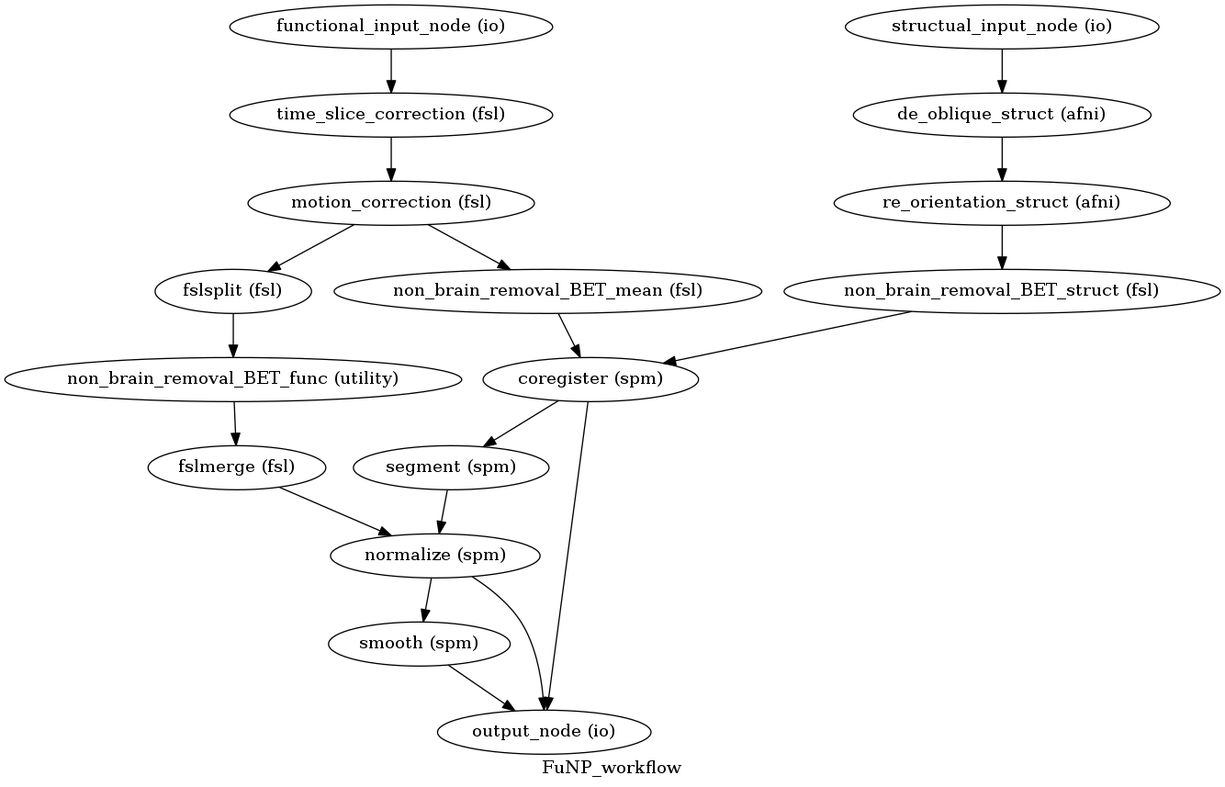
This is pipelines/FuNP/graph.png from yunfeiluo/fMRI_DTI_processing_pipelines, a Graphviz export, as it was before one commit. Its source is kept beside it as pipelines/FuNP/graph.dot. Its diagram source:
```dot
digraph FuNP_workflow{
  label="FuNP_workflow";
  FuNP_workflow_functional_input_node[label="functional_input_node (io)"];
  FuNP_workflow_time_slice_correction[label="time_slice_correction (fsl)"];
  FuNP_workflow_motion_correction[label="motion_correction (fsl)"];
  FuNP_workflow_fslsplit[label="fslsplit (fsl)"];
  FuNP_workflow_non_brain_removal_BET_func[label="non_brain_removal_BET_func (utility)"];
  FuNP_workflow_fslmerge[label="fslmerge (fsl)"];
  FuNP_workflow_non_brain_removal_BET_mean[label="non_brain_removal_BET_mean (fsl)"];
  FuNP_workflow_structual_input_node[label="structual_input_node (io)"];
  FuNP_workflow_de_oblique_struct[label="de_oblique_struct (afni)"];
  FuNP_workflow_re_orientation_struct[label="re_orientation_struct (afni)"];
  FuNP_workflow_non_brain_removal_BET_struct[label="non_brain_removal_BET_struct (fsl)"];
  FuNP_workflow_coregister[label="coregister (spm)"];
  FuNP_workflow_segment[label="segment (spm)"];
  FuNP_workflow_normalize[label="normalize (spm)"];
  FuNP_workflow_smooth[label="smooth (spm)"];
  FuNP_workflow_output_node[label="output_node (io)"];
  FuNP_workflow_functional_input_node -> FuNP_workflow_time_slice_correction;
  FuNP_workflow_time_slice_correction -> FuNP_workflow_motion_correction;
  FuNP_workflow_motion_correction -> FuNP_workflow_non_brain_removal_BET_mean;
  FuNP_workflow_motion_correction -> FuNP_workflow_fslsplit;
  FuNP_workflow_fslsplit -> FuNP_workflow_non_brain_removal_BET_func;
  FuNP_workflow_non_brain_removal_BET_func -> FuNP_workflow_fslmerge;
  FuNP_workflow_fslmerge -> FuNP_workflow_normalize;
  FuNP_workflow_non_brain_removal_BET_mean -> FuNP_workflow_coregister;
  FuNP_workflow_structual_input_node -> FuNP_workflow_de_oblique_struct;
  FuNP_workflow_de_oblique_struct -> FuNP_workflow_re_orientation_struct;
  FuNP_workflow_re_orientation_struct -> FuNP_workflow_non_brain_removal_BET_struct;
  FuNP_workflow_non_brain_removal_BET_struct -> FuNP_workflow_coregister;
  FuNP_workflow_coregister -> FuNP_workflow_segment;
  FuNP_workflow_coregister -> FuNP_workflow_output_node;
  FuNP_workflow_segment -> FuNP_workflow_normalize;
  FuNP_workflow_normalize -> FuNP_workflow_smooth;
  FuNP_workflow_normalize -> FuNP_workflow_output_node;
  FuNP_workflow_smooth -> FuNP_workflow_output_node;
}
```
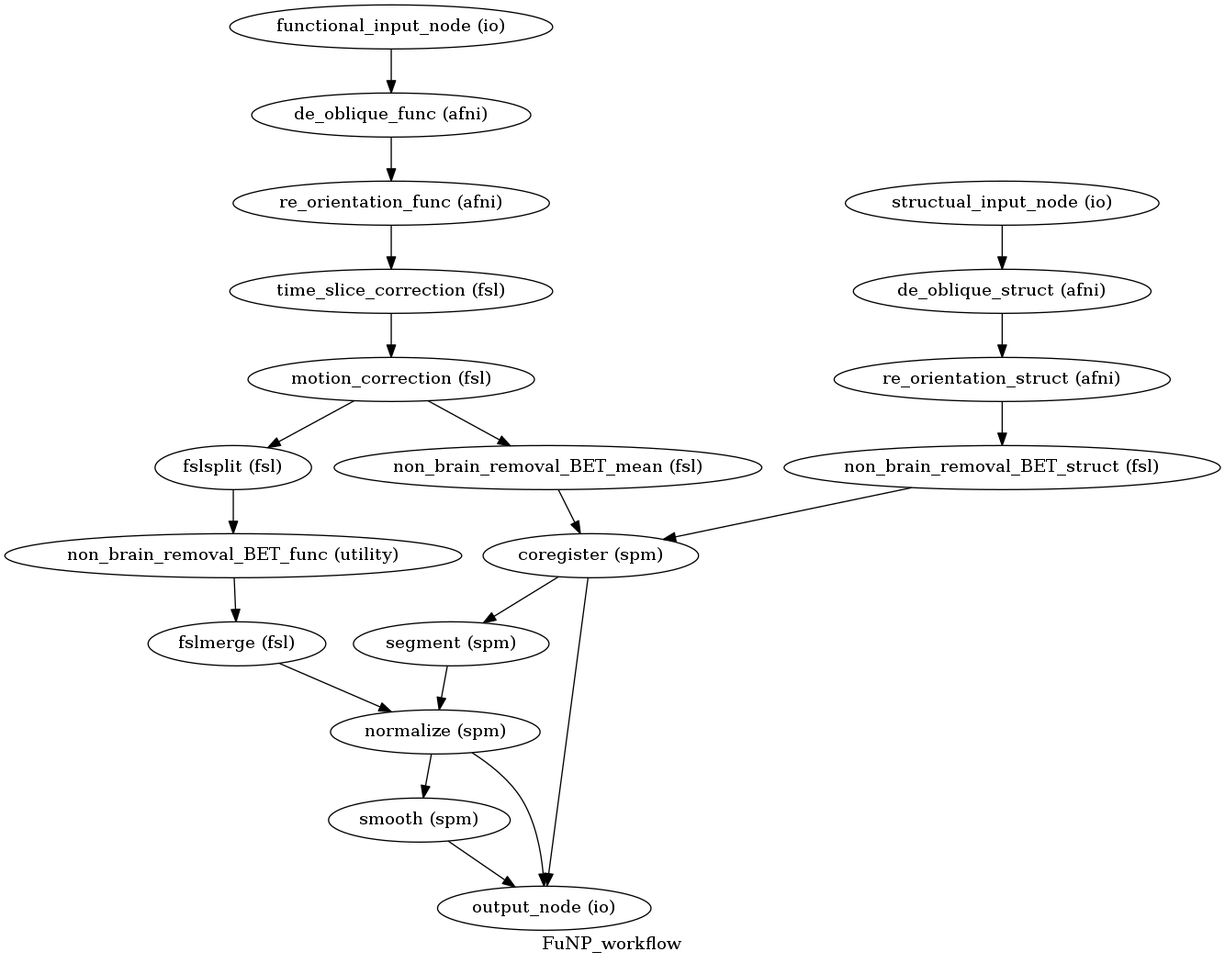
After the commit.

What changed in the source:
```diff
@@ -1,6 +1,8 @@
 digraph FuNP_workflow{
   label="FuNP_workflow";
   FuNP_workflow_functional_input_node[label="functional_input_node (io)"];
+  FuNP_workflow_de_oblique_func[label="de_oblique_func (afni)"];
+  FuNP_workflow_re_orientation_func[label="re_orientation_func (afni)"];
   FuNP_workflow_time_slice_correction[label="time_slice_correction (fsl)"];
   FuNP_workflow_motion_correction[label="motion_correction (fsl)"];
   FuNP_workflow_fslsplit[label="fslsplit (fsl)"];
@@ -16,7 +18,9 @@
   FuNP_workflow_normalize[label="normalize (spm)"];
   FuNP_workflow_smooth[label="smooth (spm)"];
   FuNP_workflow_output_node[label="output_node (io)"];
-  FuNP_workflow_functional_input_node -> FuNP_workflow_time_slice_correction;
+  FuNP_workflow_functional_input_node -> FuNP_workflow_de_oblique_func;
+  FuNP_workflow_de_oblique_func -> FuNP_workflow_re_orientation_func;
+  FuNP_workflow_re_orientation_func -> FuNP_workflow_time_slice_correction;
   FuNP_workflow_time_slice_correction -> FuNP_workflow_motion_correction;
   FuNP_workflow_motion_correction -> FuNP_workflow_non_brain_removal_BET_mean;
   FuNP_workflow_motion_correction -> FuNP_workflow_fslsplit;
```
